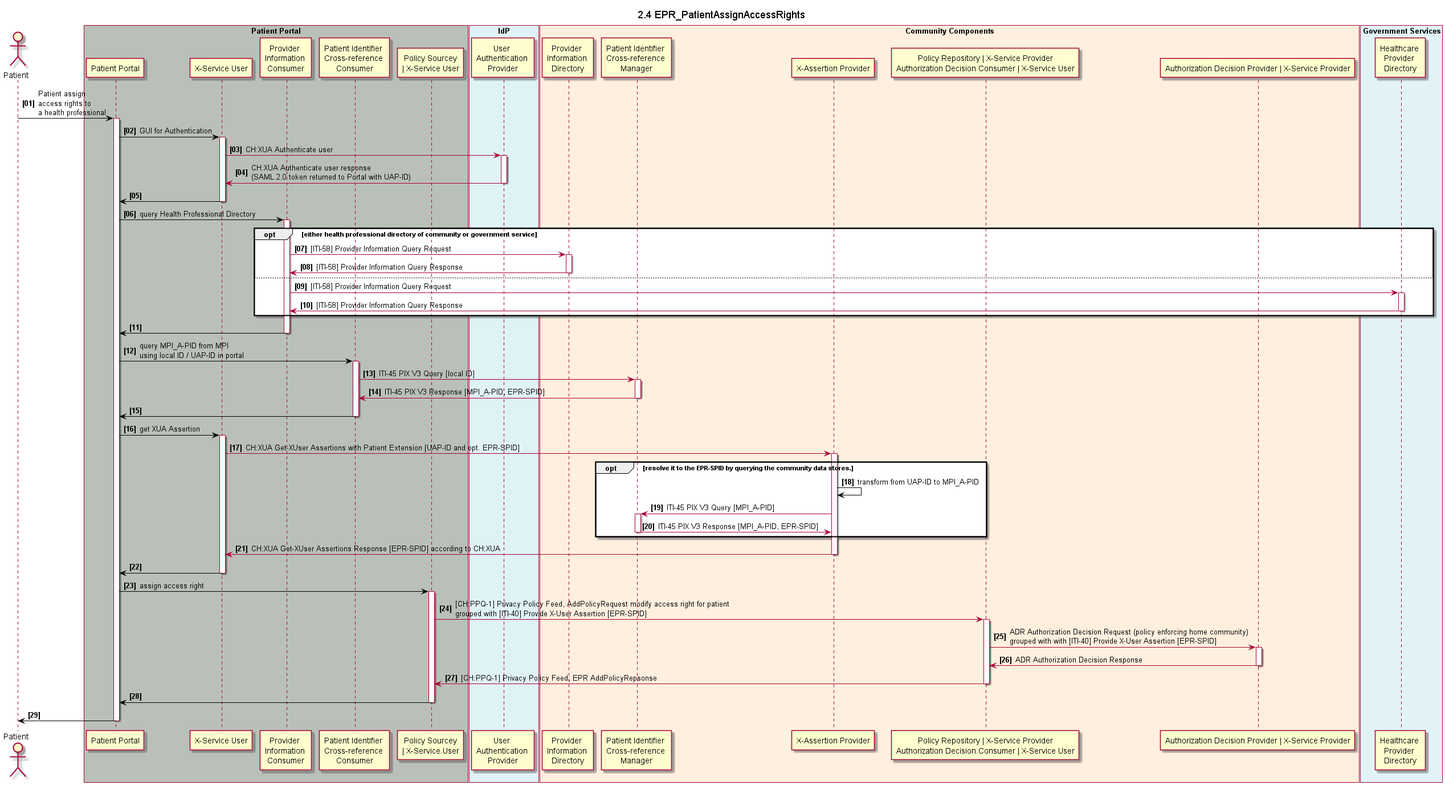
Above: 2_04_EPR_PatientAssignAccessRights.plantuml.png in ahdis/ch-epr-seqdiag (PlantUML), before the change.
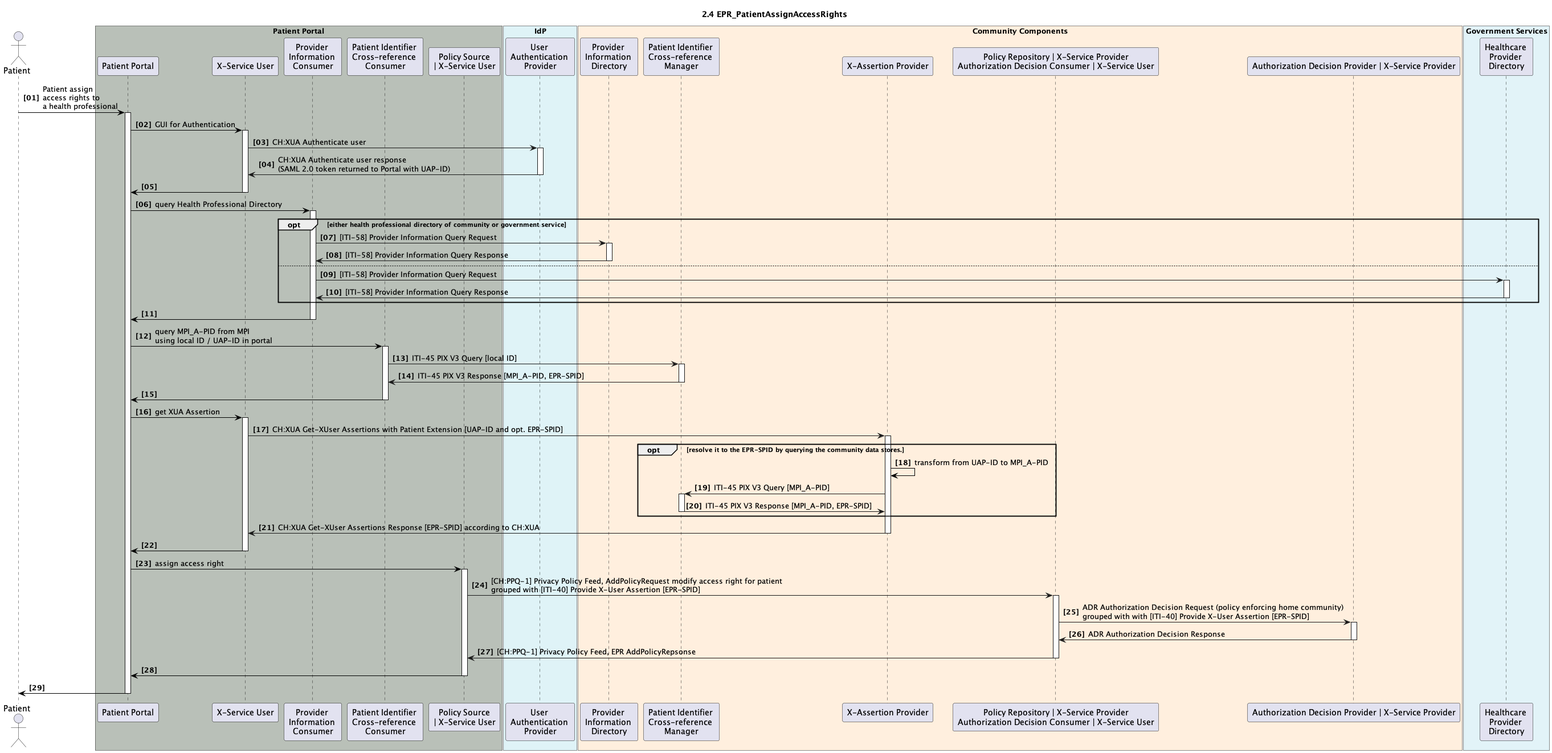
Later version of the same file.

What changed in the source:
```diff
@@ -9,7 +9,7 @@
 	participant pp_x_service_user as "X-Service User"
 	participant pp_hpd_provider_info_consumer as "Provider \nInformation \nConsumer"
 	participant pp_pix_x_ref_consumer as "Patient Identifier \nCross-reference \nConsumer"
-	participant pp_ppq_policy_source as "Policy Sourcey\n| X-Service User"
+	participant pp_ppq_policy_source as "Policy Source\n| X-Service User"
 end box
 
 box "IdP" #DFF3F7
```
